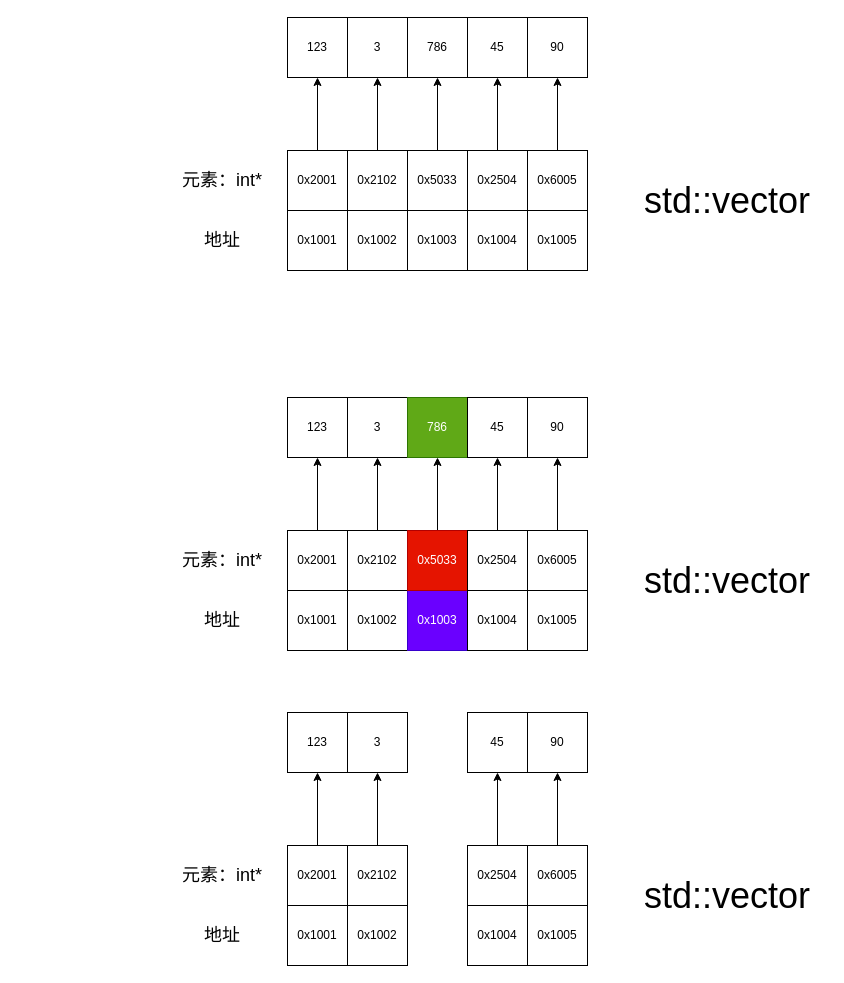
This is page "容器" (5 of 5) of C++.drawio from bocurry/bocurry, a draw.io file, before an edit. Source tidied: cells renumbered, new cells numbered last; positions are measured from the earlier drawing's top-left corner, leaving out a move shared by most shapes. Both pictures are drawn from the tidied source at 100%, with x=0, y=0 at pixel (167, 17).
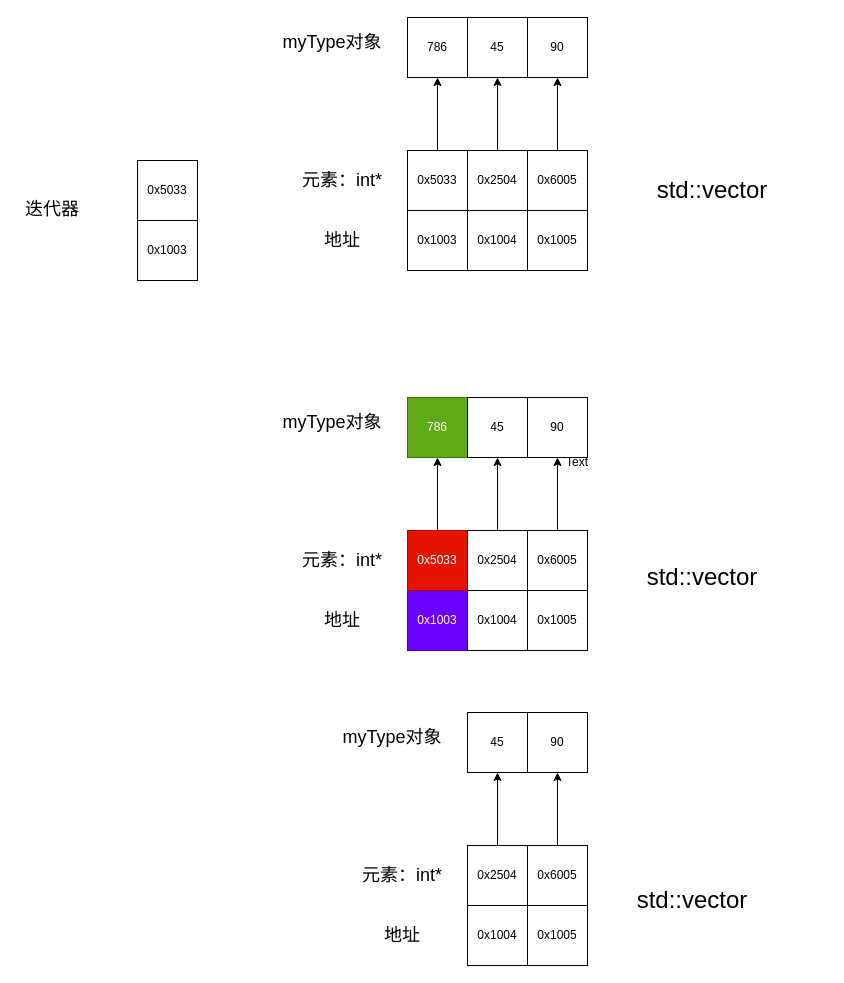
The same diagram, later.

What changed in the source:
```diff
@@
-    <mxCell id="2" value="0x1001" style="rounded=0;whiteSpace=wrap;html=1;" parent="1" vertex="1">
-      <mxGeometry x="120" y="888" width="60" height="60" as="geometry" />
-    </mxCell>
-    <mxCell id="3" value="0x1002" style="rounded=0;whiteSpace=wrap;html=1;" parent="1" vertex="1">
-      <mxGeometry x="180" y="888" width="60" height="60" as="geometry" />
-    </mxCell>
@@
-    <mxCell id="6" style="edgeStyle=orthogonalEdgeStyle;rounded=0;jettySize=auto;html=1;entryX=0.5;entryY=1;entryDx=0;entryDy=0;" parent="1" edge="1" source="7" target="17">
-      <mxGeometry relative="1" as="geometry" />
-    </mxCell>
-    <mxCell id="7" value="0x2001" style="rounded=0;whiteSpace=wrap;html=1;" parent="1" vertex="1">
-      <mxGeometry x="120" y="828" width="60" height="60" as="geometry" />
-    </mxCell>
-    <mxCell id="8" style="edgeStyle=orthogonalEdgeStyle;rounded=0;jettySize=auto;html=1;entryX=0.5;entryY=1;entryDx=0;entryDy=0;" parent="1" edge="1" source="9" target="18">
-      <mxGeometry relative="1" as="geometry" />
-    </mxCell>
-    <mxCell id="9" value="0x2102" style="rounded=0;whiteSpace=wrap;html=1;" parent="1" vertex="1">
-      <mxGeometry x="180" y="828" width="60" height="60" as="geometry" />
-    </mxCell>
@@
-    <mxCell id="14" value="&lt;font style=&quot;font-size: 18px;&quot;&gt;地址&lt;/font&gt;" style="text;html=1;strokeColor=none;fillColor=none;align=center;verticalAlign=middle;whiteSpace=wrap;rounded=0;" parent="1" vertex="1">
-      <mxGeometry x="25" y="903" width="60" height="30" as="geometry" />
-    </mxCell>
-    <mxCell id="15" value="&lt;font style=&quot;font-size: 36px;&quot;&gt;std::vector&lt;br&gt;&lt;/font&gt;" style="text;html=1;strokeColor=none;fillColor=none;align=center;verticalAlign=middle;whiteSpace=wrap;rounded=0;" parent="1" vertex="1">
-      <mxGeometry x="460" y="858" width="200" height="40" as="geometry" />
-    </mxCell>
-    <mxCell id="16" value="&lt;font style=&quot;font-size: 18px;&quot;&gt;元素：int*&lt;/font&gt;" style="text;html=1;strokeColor=none;fillColor=none;align=center;verticalAlign=middle;whiteSpace=wrap;rounded=0;" parent="1" vertex="1">
-      <mxGeometry y="843" width="110" height="30" as="geometry" />
-    </mxCell>
-    <mxCell id="17" value="123" style="rounded=0;whiteSpace=wrap;html=1;" parent="1" vertex="1">
-      <mxGeometry x="120" y="695" width="60" height="60" as="geometry" />
-    </mxCell>
-    <mxCell id="18" value="3" style="rounded=0;whiteSpace=wrap;html=1;" parent="1" vertex="1">
-      <mxGeometry x="180" y="695" width="60" height="60" as="geometry" />
-    </mxCell>
@@
-    <mxCell id="21" value="0x1001" style="rounded=0;whiteSpace=wrap;html=1;" parent="1" vertex="1">
-      <mxGeometry x="120" y="573" width="60" height="60" as="geometry" />
-    </mxCell>
-    <mxCell id="22" value="0x1002" style="rounded=0;whiteSpace=wrap;html=1;" parent="1" vertex="1">
-      <mxGeometry x="180" y="573" width="60" height="60" as="geometry" />
-    </mxCell>
@@
-    <mxCell id="26" style="edgeStyle=orthogonalEdgeStyle;rounded=0;jettySize=auto;html=1;entryX=0.5;entryY=1;entryDx=0;entryDy=0;" parent="1" edge="1" source="27" target="39">
-      <mxGeometry relative="1" as="geometry" />
-    </mxCell>
-    <mxCell id="27" value="0x2001" style="rounded=0;whiteSpace=wrap;html=1;" parent="1" vertex="1">
-      <mxGeometry x="120" y="513" width="60" height="60" as="geometry" />
-    </mxCell>
-    <mxCell id="28" style="edgeStyle=orthogonalEdgeStyle;rounded=0;jettySize=auto;html=1;entryX=0.5;entryY=1;entryDx=0;entryDy=0;" parent="1" edge="1" source="29" target="40">
-      <mxGeometry relative="1" as="geometry" />
-    </mxCell>
-    <mxCell id="29" value="0x2102" style="rounded=0;whiteSpace=wrap;html=1;" parent="1" vertex="1">
-      <mxGeometry x="180" y="513" width="60" height="60" as="geometry" />
-    </mxCell>
@@
-    <mxCell id="36" value="&lt;font style=&quot;font-size: 18px;&quot;&gt;地址&lt;/font&gt;" style="text;html=1;strokeColor=none;fillColor=none;align=center;verticalAlign=middle;whiteSpace=wrap;rounded=0;" parent="1" vertex="1">
-      <mxGeometry x="25" y="588" width="60" height="30" as="geometry" />
-    </mxCell>
-    <mxCell id="37" value="&lt;font style=&quot;font-size: 36px;&quot;&gt;std::vector&lt;br&gt;&lt;/font&gt;" style="text;html=1;strokeColor=none;fillColor=none;align=center;verticalAlign=middle;whiteSpace=wrap;rounded=0;" parent="1" vertex="1">
-      <mxGeometry x="460" y="543" width="200" height="40" as="geometry" />
-    </mxCell>
-    <mxCell id="38" value="&lt;font style=&quot;font-size: 18px;&quot;&gt;元素：int*&lt;/font&gt;" style="text;html=1;strokeColor=none;fillColor=none;align=center;verticalAlign=middle;whiteSpace=wrap;rounded=0;" parent="1" vertex="1">
-      <mxGeometry y="528" width="110" height="30" as="geometry" />
-    </mxCell>
-    <mxCell id="39" value="123" style="rounded=0;whiteSpace=wrap;html=1;" parent="1" vertex="1">
-      <mxGeometry x="120" y="380" width="60" height="60" as="geometry" />
-    </mxCell>
-    <mxCell id="40" value="3" style="rounded=0;whiteSpace=wrap;html=1;" parent="1" vertex="1">
-      <mxGeometry x="180" y="380" width="60" height="60" as="geometry" />
-    </mxCell>
@@
-    <mxCell id="44" value="0x1001" style="rounded=0;whiteSpace=wrap;html=1;" parent="1" vertex="1">
-      <mxGeometry x="120" y="193" width="60" height="60" as="geometry" />
-    </mxCell>
-    <mxCell id="45" value="0x1002" style="rounded=0;whiteSpace=wrap;html=1;" parent="1" vertex="1">
-      <mxGeometry x="180" y="193" width="60" height="60" as="geometry" />
-    </mxCell>
@@
-    <mxCell id="49" style="edgeStyle=orthogonalEdgeStyle;rounded=0;jettySize=auto;html=1;entryX=0.5;entryY=1;entryDx=0;entryDy=0;" parent="1" edge="1" source="50" target="62">
-      <mxGeometry relative="1" as="geometry" />
-    </mxCell>
-    <mxCell id="50" value="0x2001" style="rounded=0;whiteSpace=wrap;html=1;" parent="1" vertex="1">
-      <mxGeometry x="120" y="133" width="60" height="60" as="geometry" />
-    </mxCell>
-    <mxCell id="51" style="edgeStyle=orthogonalEdgeStyle;rounded=0;jettySize=auto;html=1;entryX=0.5;entryY=1;entryDx=0;entryDy=0;" parent="1" edge="1" source="52" target="63">
-      <mxGeometry relative="1" as="geometry" />
-    </mxCell>
-    <mxCell id="52" value="0x2102" style="rounded=0;whiteSpace=wrap;html=1;" parent="1" vertex="1">
-      <mxGeometry x="180" y="133" width="60" height="60" as="geometry" />
-    </mxCell>
@@
     <mxCell id="59" value="&lt;font style=&quot;font-size: 18px;&quot;&gt;地址&lt;/font&gt;" style="text;html=1;strokeColor=none;fillColor=none;align=center;verticalAlign=middle;whiteSpace=wrap;rounded=0;" parent="1" vertex="1">
-      <mxGeometry x="25" y="208" width="60" height="30" as="geometry" />
+      <mxGeometry x="145" y="208" width="60" height="30" as="geometry" />
     </mxCell>
-    <mxCell id="60" value="&lt;font style=&quot;font-size: 36px;&quot;&gt;std::vector&lt;br&gt;&lt;/font&gt;" style="text;html=1;strokeColor=none;fillColor=none;align=center;verticalAlign=middle;whiteSpace=wrap;rounded=0;" parent="1" vertex="1">
-      <mxGeometry x="460" y="163" width="200" height="40" as="geometry" />
+    <mxCell id="60" value="&lt;font style=&quot;&quot;&gt;&lt;font style=&quot;font-size: 24px;&quot;&gt;std::vector&lt;/font&gt;&lt;br&gt;&lt;/font&gt;" style="text;html=1;strokeColor=none;fillColor=none;align=center;verticalAlign=middle;whiteSpace=wrap;rounded=0;" parent="1" vertex="1">
+      <mxGeometry x="460" y="153" width="170" height="40" as="geometry" />
     </mxCell>
     <mxCell id="61" value="&lt;font style=&quot;font-size: 18px;&quot;&gt;元素：int*&lt;/font&gt;" style="text;html=1;strokeColor=none;fillColor=none;align=center;verticalAlign=middle;whiteSpace=wrap;rounded=0;" parent="1" vertex="1">
-      <mxGeometry y="148" width="110" height="30" as="geometry" />
+      <mxGeometry x="120" y="148" width="110" height="30" as="geometry" />
     </mxCell>
-    <mxCell id="62" value="123" style="rounded=0;whiteSpace=wrap;html=1;" parent="1" vertex="1">
-      <mxGeometry x="120" width="60" height="60" as="geometry" />
-    </mxCell>
-    <mxCell id="63" value="3" style="rounded=0;whiteSpace=wrap;html=1;" parent="1" vertex="1">
-      <mxGeometry x="180" width="60" height="60" as="geometry" />
-    </mxCell>
@@
+    <mxCell id="67" value="Text" style="text;html=1;strokeColor=none;fillColor=none;align=center;verticalAlign=middle;whiteSpace=wrap;rounded=0;" parent="1" vertex="1">
+      <mxGeometry x="380" y="430" width="60" height="30" as="geometry" />
+    </mxCell>
+    <mxCell id="68" value="&lt;font style=&quot;font-size: 18px;&quot;&gt;myType对象&lt;/font&gt;" style="text;html=1;strokeColor=none;fillColor=none;align=center;verticalAlign=middle;whiteSpace=wrap;rounded=0;" parent="1" vertex="1">
+      <mxGeometry x="100" y="10" width="130" height="30" as="geometry" />
+    </mxCell>
+    <mxCell id="69" value="&lt;font style=&quot;font-size: 18px;&quot;&gt;地址&lt;/font&gt;" style="text;html=1;strokeColor=none;fillColor=none;align=center;verticalAlign=middle;whiteSpace=wrap;rounded=0;" parent="1" vertex="1">
+      <mxGeometry x="145" y="588" width="60" height="30" as="geometry" />
+    </mxCell>
+    <mxCell id="70" value="&lt;font style=&quot;font-size: 18px;&quot;&gt;元素：int*&lt;/font&gt;" style="text;html=1;strokeColor=none;fillColor=none;align=center;verticalAlign=middle;whiteSpace=wrap;rounded=0;" parent="1" vertex="1">
+      <mxGeometry x="120" y="528" width="110" height="30" as="geometry" />
+    </mxCell>
+    <mxCell id="71" value="&lt;font style=&quot;font-size: 18px;&quot;&gt;myType对象&lt;/font&gt;" style="text;html=1;strokeColor=none;fillColor=none;align=center;verticalAlign=middle;whiteSpace=wrap;rounded=0;" parent="1" vertex="1">
+      <mxGeometry x="100" y="390" width="130" height="30" as="geometry" />
+    </mxCell>
+    <mxCell id="72" value="&lt;font style=&quot;font-size: 18px;&quot;&gt;地址&lt;/font&gt;" style="text;html=1;strokeColor=none;fillColor=none;align=center;verticalAlign=middle;whiteSpace=wrap;rounded=0;" parent="1" vertex="1">
+      <mxGeometry x="205" y="903" width="60" height="30" as="geometry" />
+    </mxCell>
+    <mxCell id="73" value="&lt;font style=&quot;font-size: 18px;&quot;&gt;元素：int*&lt;/font&gt;" style="text;html=1;strokeColor=none;fillColor=none;align=center;verticalAlign=middle;whiteSpace=wrap;rounded=0;" parent="1" vertex="1">
+      <mxGeometry x="180" y="843" width="110" height="30" as="geometry" />
+    </mxCell>
+    <mxCell id="74" value="&lt;font style=&quot;font-size: 18px;&quot;&gt;myType对象&lt;/font&gt;" style="text;html=1;strokeColor=none;fillColor=none;align=center;verticalAlign=middle;whiteSpace=wrap;rounded=0;" parent="1" vertex="1">
+      <mxGeometry x="160" y="705" width="130" height="30" as="geometry" />
+    </mxCell>
+    <mxCell id="75" value="0x5033" style="rounded=0;whiteSpace=wrap;html=1;" parent="1" vertex="1">
+      <mxGeometry x="-30" y="143" width="60" height="60" as="geometry" />
+    </mxCell>
+    <mxCell id="76" value="0x1003" style="rounded=0;whiteSpace=wrap;html=1;" parent="1" vertex="1">
+      <mxGeometry x="-30" y="203" width="60" height="60" as="geometry" />
+    </mxCell>
+    <mxCell id="77" value="&lt;font style=&quot;font-size: 18px;&quot;&gt;迭代器&lt;/font&gt;" style="text;html=1;strokeColor=none;fillColor=none;align=center;verticalAlign=middle;whiteSpace=wrap;rounded=0;" parent="1" vertex="1">
+      <mxGeometry x="-150" y="173" width="70" height="37" as="geometry" />
+    </mxCell>
+    <mxCell id="78" value="&lt;font style=&quot;&quot;&gt;&lt;font style=&quot;font-size: 24px;&quot;&gt;std::vector&lt;/font&gt;&lt;br&gt;&lt;/font&gt;" style="text;html=1;strokeColor=none;fillColor=none;align=center;verticalAlign=middle;whiteSpace=wrap;rounded=0;" parent="1" vertex="1">
+      <mxGeometry x="450" y="540" width="170" height="40" as="geometry" />
+    </mxCell>
+    <mxCell id="79" value="&lt;font style=&quot;&quot;&gt;&lt;font style=&quot;font-size: 24px;&quot;&gt;std::vector&lt;/font&gt;&lt;br&gt;&lt;/font&gt;" style="text;html=1;strokeColor=none;fillColor=none;align=center;verticalAlign=middle;whiteSpace=wrap;rounded=0;" parent="1" vertex="1">
+      <mxGeometry x="440" y="863" width="170" height="40" as="geometry" />
+    </mxCell>
```
